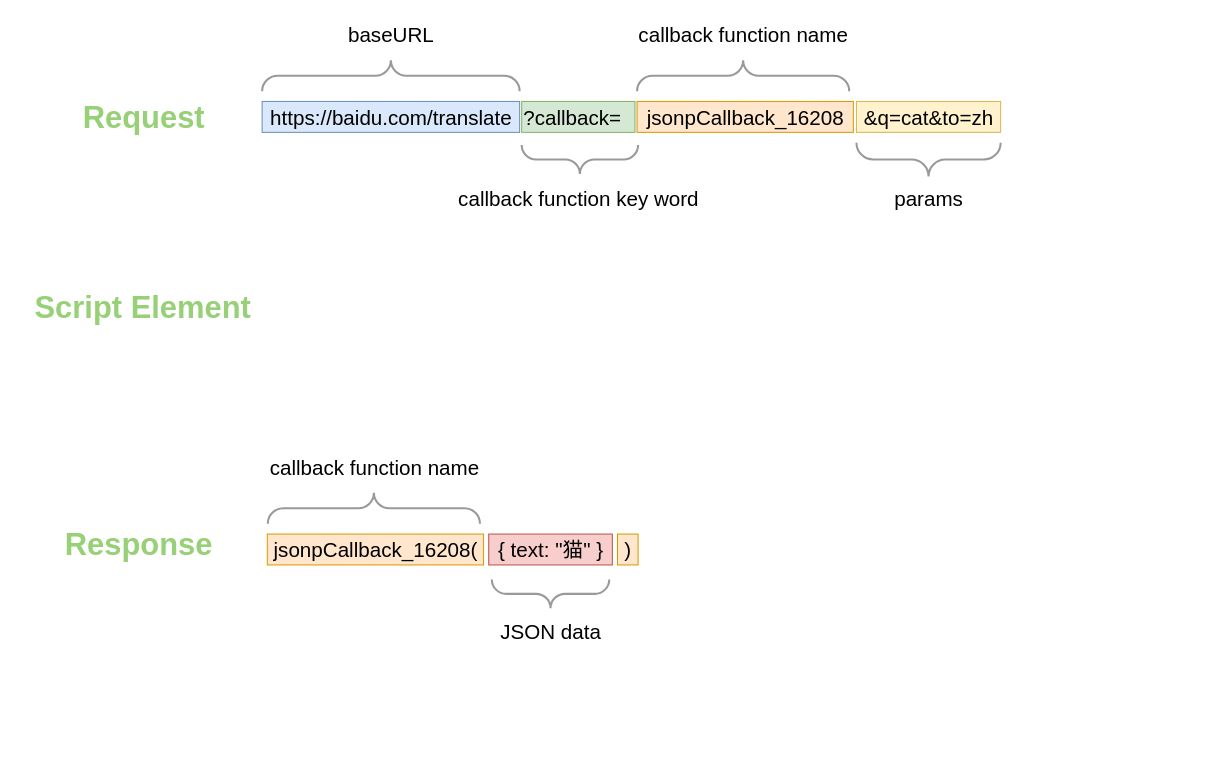
Before: Tricks/JSONP.drawio in jeesewu/Diagrams-Storage, a draw.io diagram. Source tidied: cells renumbered, new cells numbered last; positions are measured from the earlier drawing's top-left corner, leaving out a move shared by most shapes. Both pictures are drawn from the tidied source at 103%, with x=0, y=0 at pixel (23, 19). Pictures stored in the file or linked from it are replaced by grey dashed boxes.
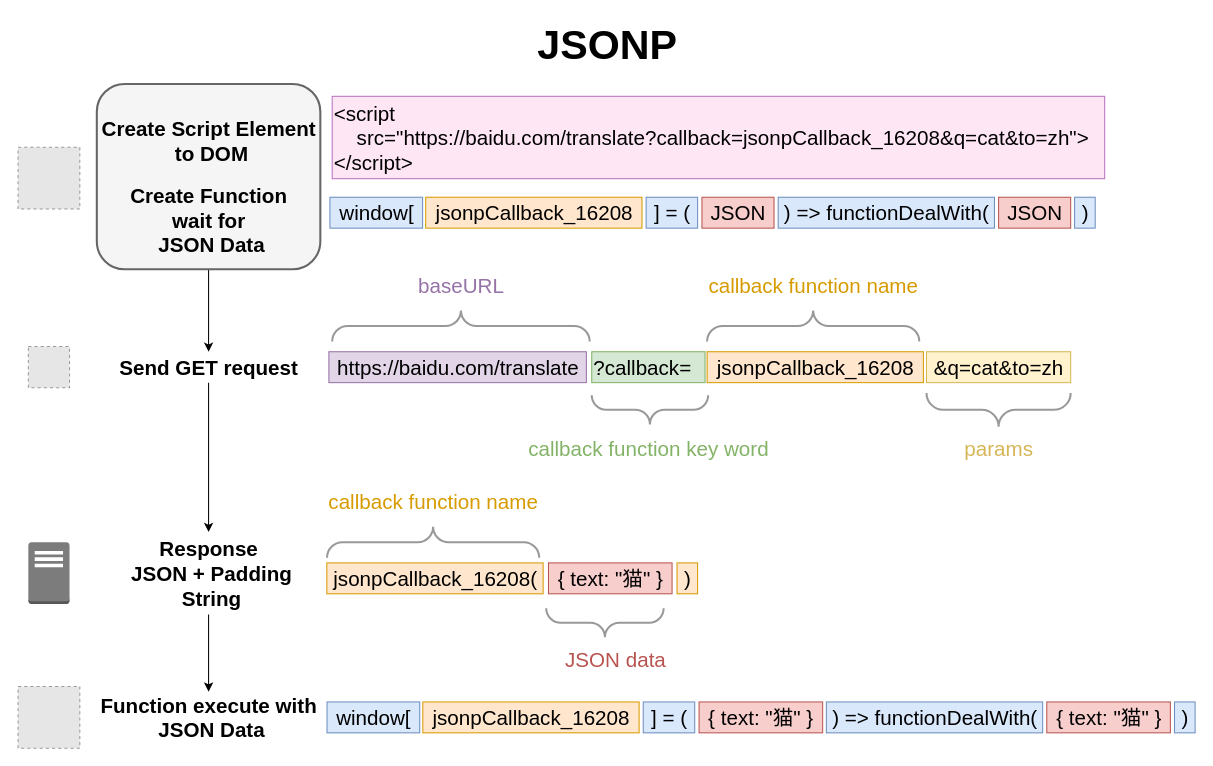
Above is the later version.

The edit, as a diff of the source:
```diff
@@
+    <mxCell id="24" style="edgeStyle=orthogonalEdgeStyle;rounded=0;jettySize=auto;html=1;fontSize=20;fontColor=#B85450;" parent="1" edge="1" source="25" target="14">
+      <mxGeometry relative="1" as="geometry" />
+    </mxCell>
+    <mxCell id="25" style="rounded=1;whiteSpace=wrap;html=1;labelBackgroundColor=none;fontSize=20;fontColor=#333333;strokeWidth=2;align=center;fillColor=#f5f5f5;strokeColor=#666666;" parent="1" vertex="1">
+      <mxGeometry x="71.5" y="63" width="217" height="180" as="geometry" />
+    </mxCell>
-    <mxCell id="2" value="https://baidu.com/translate" style="text;html=1;align=center;verticalAlign=middle;strokeColor=#6c8ebf;fontSize=20;fillColor=#dae8fc;" parent="1" vertex="1">
-      <mxGeometry x="232" y="80" width="250" height="30" as="geometry" />
+    <mxCell id="2" value="https://baidu.com/translate" style="text;html=1;align=center;verticalAlign=middle;strokeColor=#9673a6;fontSize=20;fillColor=#e1d5e7;" parent="1" vertex="1">
+      <mxGeometry x="296.8" y="323" width="250" height="30" as="geometry" />
     </mxCell>
     <mxCell id="3" value="?callback=" style="text;html=1;align=left;verticalAlign=middle;strokeColor=#82b366;fontSize=20;fillColor=#d5e8d4;" parent="1" vertex="1">
-      <mxGeometry x="484" y="80" width="110" height="30" as="geometry" />
+      <mxGeometry x="552" y="323" width="110" height="30" as="geometry" />
     </mxCell>
     <mxCell id="4" value="jsonpCallback_16208" style="text;html=1;align=center;verticalAlign=middle;strokeColor=#d79b00;fontSize=20;fillColor=#ffe6cc;" parent="1" vertex="1">
-      <mxGeometry x="596" y="80" width="210" height="30" as="geometry" />
+      <mxGeometry x="664" y="323" width="210" height="30" as="geometry" />
     </mxCell>
     <mxCell id="5" value="&amp;amp;q=cat&amp;amp;to=zh" style="text;html=1;align=center;verticalAlign=middle;strokeColor=#d6b656;fontSize=20;fillColor=#fff2cc;" parent="1" vertex="1">
-      <mxGeometry x="809" y="80" width="140" height="30" as="geometry" />
+      <mxGeometry x="877" y="323" width="140" height="30" as="geometry" />
     </mxCell>
     <mxCell id="6" style="verticalLabelPosition=bottom;shadow=0;dashed=0;align=center;html=1;verticalAlign=top;strokeWidth=2;shape=mxgraph.mockup.markup.curlyBrace;strokeColor=#999999;fontSize=20;" parent="1" vertex="1">
-      <mxGeometry x="232" y="40" width="250" height="30" as="geometry" />
+      <mxGeometry x="300" y="283" width="250" height="30" as="geometry" />
     </mxCell>
-    <mxCell id="7" value="baseURL" style="text;html=1;align=center;verticalAlign=middle;strokeColor=none;fontSize=20;" parent="1" vertex="1">
-      <mxGeometry x="307" width="100" height="30" as="geometry" />
+    <mxCell id="7" value="baseURL" style="text;html=1;align=center;verticalAlign=middle;strokeColor=none;fontSize=20;fontColor=#9673A6;" parent="1" vertex="1">
+      <mxGeometry x="375" y="243" width="100" height="30" as="geometry" />
     </mxCell>
     <mxCell id="8" style="verticalLabelPosition=bottom;shadow=0;dashed=0;align=center;html=1;verticalAlign=top;strokeWidth=2;shape=mxgraph.mockup.markup.curlyBrace;strokeColor=#999999;fontSize=20;rotation=180;" parent="1" vertex="1">
-      <mxGeometry x="484" y="120" width="113" height="32.8" as="geometry" />
+      <mxGeometry x="552" y="363" width="113" height="32.8" as="geometry" />
     </mxCell>
     <mxCell id="9" style="verticalLabelPosition=bottom;shadow=0;dashed=0;align=center;html=1;verticalAlign=top;strokeWidth=2;shape=mxgraph.mockup.markup.curlyBrace;strokeColor=#999999;fontSize=20;" parent="1" vertex="1">
-      <mxGeometry x="596" y="40" width="206" height="30" as="geometry" />
+      <mxGeometry x="664" y="283" width="206" height="30" as="geometry" />
     </mxCell>
     <mxCell id="10" style="verticalLabelPosition=bottom;shadow=0;dashed=0;align=center;html=1;verticalAlign=top;strokeWidth=2;shape=mxgraph.mockup.markup.curlyBrace;strokeColor=#999999;fontSize=20;rotation=180;" parent="1" vertex="1">
-      <mxGeometry x="809" y="120" width="140" height="32.8" as="geometry" />
+      <mxGeometry x="877" y="363" width="140" height="32.8" as="geometry" />
     </mxCell>
-    <mxCell id="11" value="callback function key word" style="text;html=1;align=center;verticalAlign=middle;strokeColor=none;fontSize=20;" parent="1" vertex="1">
-      <mxGeometry x="414" y="159" width="250" height="30" as="geometry" />
+    <mxCell id="11" value="callback function key word" style="text;html=1;align=center;verticalAlign=middle;strokeColor=none;fontSize=20;fontColor=#82B366;" parent="1" vertex="1">
+      <mxGeometry x="482" y="402" width="250" height="30" as="geometry" />
     </mxCell>
-    <mxCell id="12" value="callback function name" style="text;html=1;align=center;verticalAlign=middle;strokeColor=none;fontSize=20;" parent="1" vertex="1">
-      <mxGeometry x="589" width="220" height="30" as="geometry" />
+    <mxCell id="12" value="callback function name" style="text;html=1;align=center;verticalAlign=middle;fontSize=20;fontColor=#D79B00;labelBackgroundColor=none;labelBorderColor=none;" parent="1" vertex="1">
+      <mxGeometry x="657" y="243" width="220" height="30" as="geometry" />
     </mxCell>
-    <mxCell id="13" value="params" style="text;html=1;align=center;verticalAlign=middle;strokeColor=none;fontSize=20;" parent="1" vertex="1">
-      <mxGeometry x="839" y="159" width="80" height="30" as="geometry" />
+    <mxCell id="13" value="params" style="text;html=1;align=center;verticalAlign=middle;strokeColor=none;fontSize=20;fontColor=#D6B656;" parent="1" vertex="1">
+      <mxGeometry x="907" y="402" width="80" height="30" as="geometry" />
     </mxCell>
+    <mxCell id="26" style="edgeStyle=orthogonalEdgeStyle;rounded=0;jettySize=auto;html=1;fontSize=20;fontColor=#B85450;" parent="1" edge="1" source="14" target="15">
+      <mxGeometry relative="1" as="geometry" />
+    </mxCell>
-    <mxCell id="14" value="Request" style="text;html=1;align=center;verticalAlign=middle;points=[];strokeColor=none;fontSize=30;fontStyle=1;fontColor=#97D077;" parent="1" vertex="1">
-      <mxGeometry x="52" y="75" width="130" height="40" as="geometry" />
+    <mxCell id="14" value="Send GET request" style="text;html=1;align=center;verticalAlign=middle;points=[];strokeColor=none;fontSize=20;fontStyle=1;" parent="1" vertex="1">
+      <mxGeometry x="85" y="323" width="190" height="30" as="geometry" />
     </mxCell>
+    <mxCell id="27" style="edgeStyle=orthogonalEdgeStyle;rounded=0;jettySize=auto;html=1;fontSize=20;fontColor=#B85450;" parent="1" edge="1" source="15" target="30">
+      <mxGeometry relative="1" as="geometry" />
+    </mxCell>
-    <mxCell id="15" value="Response" style="text;html=1;align=center;verticalAlign=middle;points=[];strokeColor=none;fontSize=30;fontStyle=1;fontColor=#97D077;" parent="1" vertex="1">
-      <mxGeometry x="32" y="490" width="160" height="40" as="geometry" />
+    <mxCell id="15" value="Response&lt;br&gt;&amp;nbsp;JSON + Padding&lt;br&gt;&amp;nbsp;String" style="text;html=1;align=center;verticalAlign=middle;points=[];strokeColor=none;fontSize=20;fontStyle=1;" parent="1" vertex="1">
+      <mxGeometry x="90" y="498" width="180" height="80" as="geometry" />
     </mxCell>
     <mxCell id="16" value="jsonpCallback_16208(" style="text;html=1;align=center;verticalAlign=middle;strokeColor=#d79b00;fontSize=20;fillColor=#ffe6cc;" parent="1" vertex="1">
-      <mxGeometry x="237" y="500" width="210" height="30" as="geometry" />
+      <mxGeometry x="294.8" y="528" width="210" height="30" as="geometry" />
     </mxCell>
     <mxCell id="17" value=")" style="text;html=1;align=center;verticalAlign=middle;strokeColor=#d79b00;fontSize=20;fillColor=#ffe6cc;" parent="1" vertex="1">
-      <mxGeometry x="577" y="500" width="20" height="30" as="geometry" />
+      <mxGeometry x="634.8" y="528" width="20" height="30" as="geometry" />
     </mxCell>
     <mxCell id="18" value="{ text: &quot;猫&quot; }" style="text;html=1;align=center;verticalAlign=middle;strokeColor=#b85450;fontSize=20;fillColor=#f8cecc;" parent="1" vertex="1">
-      <mxGeometry x="452" y="500" width="120" height="30" as="geometry" />
+      <mxGeometry x="510" y="528" width="120" height="30" as="geometry" />
     </mxCell>
     <mxCell id="19" style="verticalLabelPosition=bottom;shadow=0;dashed=0;align=center;html=1;verticalAlign=top;strokeWidth=2;shape=mxgraph.mockup.markup.curlyBrace;strokeColor=#999999;fontSize=20;" parent="1" vertex="1">
-      <mxGeometry x="237.5" y="460" width="206" height="30" as="geometry" />
+      <mxGeometry x="295" y="493" width="206" height="30" as="geometry" />
     </mxCell>
-    <mxCell id="20" value="callback function name" style="text;html=1;align=center;verticalAlign=middle;strokeColor=none;fontSize=20;" parent="1" vertex="1">
-      <mxGeometry x="230.5" y="420" width="220" height="30" as="geometry" />
+    <mxCell id="20" value="callback function name" style="text;html=1;align=center;verticalAlign=middle;strokeColor=none;fontSize=20;fontColor=#D79B00;" parent="1" vertex="1">
+      <mxGeometry x="288" y="453" width="220" height="30" as="geometry" />
     </mxCell>
     <mxCell id="21" style="verticalLabelPosition=bottom;shadow=0;dashed=0;align=center;html=1;verticalAlign=top;strokeWidth=2;shape=mxgraph.mockup.markup.curlyBrace;strokeColor=#999999;fontSize=20;rotation=180;" parent="1" vertex="1">
-      <mxGeometry x="455" y="544" width="114" height="28.1" as="geometry" />
+      <mxGeometry x="507.8" y="572" width="114" height="28.1" as="geometry" />
     </mxCell>
-    <mxCell id="22" value="JSON data" style="text;html=1;align=center;verticalAlign=middle;strokeColor=none;fontSize=20;" parent="1" vertex="1">
-      <mxGeometry x="457" y="579" width="110" height="30" as="geometry" />
+    <mxCell id="22" value="JSON data" style="text;html=1;align=center;verticalAlign=middle;strokeColor=none;fontSize=20;fontColor=#B85450;" parent="1" vertex="1">
+      <mxGeometry x="520" y="607" width="110" height="30" as="geometry" />
     </mxCell>
-    <mxCell id="23" value="Script Element" style="text;html=1;align=center;verticalAlign=middle;strokeColor=none;fontSize=30;fontStyle=1;fontColor=#97D077;" parent="1" vertex="1">
-      <mxGeometry x="0.5" y="260" width="230" height="40" as="geometry" />
+    <mxCell id="23" value="Create Script Element&lt;br&gt;&amp;nbsp;to DOM" style="text;html=1;align=center;verticalAlign=middle;strokeColor=none;fontSize=20;fontStyle=1;" parent="1" vertex="1">
+      <mxGeometry x="70" y="93" width="220" height="50" as="geometry" />
     </mxCell>
+    <mxCell id="28" value="&lt;div&gt;&amp;lt;script&lt;/div&gt;&lt;div&gt;&lt;span&gt;&lt;/span&gt;&amp;nbsp; &amp;nbsp; src=&quot;https://baidu.com/translate?callback=jsonpCallback_16208&amp;amp;q=cat&amp;amp;to=zh&quot;&amp;gt;&lt;/div&gt;&lt;div&gt;&amp;lt;/script&amp;gt;&lt;/div&gt;" style="text;html=1;align=left;verticalAlign=middle;fontSize=20;fillColor=#FFE6F5;strokeColor=#BC71BF;" parent="1" vertex="1">
+      <mxGeometry x="300" y="75" width="750" height="80" as="geometry" />
+    </mxCell>
+    <mxCell id="29" value="Create Function &lt;br&gt;wait for&lt;br&gt;&amp;nbsp;JSON Data" style="text;html=1;align=center;verticalAlign=middle;strokeColor=none;fontSize=20;fontStyle=1;" parent="1" vertex="1">
+      <mxGeometry x="95" y="155" width="170" height="80" as="geometry" />
+    </mxCell>
+    <mxCell id="30" value="Function execute with&lt;br&gt;&amp;nbsp;JSON Data" style="text;html=1;align=center;verticalAlign=middle;points=[];strokeColor=none;fontSize=20;fontStyle=1;" parent="1" vertex="1">
+      <mxGeometry x="65" y="653" width="230" height="50" as="geometry" />
+    </mxCell>
+    <mxCell id="31" value="window[" style="text;html=1;align=center;verticalAlign=middle;strokeColor=#6c8ebf;fontSize=20;fillColor=#dae8fc;" parent="1" vertex="1">
+      <mxGeometry x="297.8" y="173" width="90" height="30" as="geometry" />
+    </mxCell>
+    <mxCell id="32" value="] = (" style="text;html=1;align=center;verticalAlign=middle;strokeColor=#6c8ebf;fontSize=20;fillColor=#dae8fc;" parent="1" vertex="1">
+      <mxGeometry x="604.8" y="173" width="50" height="30" as="geometry" />
+    </mxCell>
+    <mxCell id="33" value="JSON" style="text;html=1;align=center;verticalAlign=middle;strokeColor=#b85450;fontSize=20;fillColor=#f8cecc;" parent="1" vertex="1">
+      <mxGeometry x="659" y="173" width="70" height="30" as="geometry" />
+    </mxCell>
+    <mxCell id="34" value="jsonpCallback_16208" style="text;html=1;align=center;verticalAlign=middle;strokeColor=#d79b00;fontSize=20;fillColor=#ffe6cc;" parent="1" vertex="1">
+      <mxGeometry x="390.8" y="173" width="210" height="30" as="geometry" />
+    </mxCell>
+    <mxCell id="35" value=") =&amp;gt; functionDealWith(" style="text;html=1;align=center;verticalAlign=middle;strokeColor=#6c8ebf;fontSize=20;fillColor=#dae8fc;" parent="1" vertex="1">
+      <mxGeometry x="733" y="173" width="210" height="30" as="geometry" />
+    </mxCell>
+    <mxCell id="36" value="JSON" style="text;html=1;align=center;verticalAlign=middle;strokeColor=#b85450;fontSize=20;fillColor=#f8cecc;" parent="1" vertex="1">
+      <mxGeometry x="947" y="173" width="70" height="30" as="geometry" />
+    </mxCell>
+    <mxCell id="37" value=")" style="text;html=1;align=center;verticalAlign=middle;strokeColor=#6c8ebf;fontSize=20;fillColor=#dae8fc;" parent="1" vertex="1">
+      <mxGeometry x="1020.8" y="173" width="20" height="30" as="geometry" />
+    </mxCell>
+    <mxCell id="38" value="window[" style="text;html=1;align=center;verticalAlign=middle;strokeColor=#6c8ebf;fontSize=20;fillColor=#dae8fc;" parent="1" vertex="1">
+      <mxGeometry x="295" y="663" width="90" height="30" as="geometry" />
+    </mxCell>
+    <mxCell id="39" value="] = (" style="text;html=1;align=center;verticalAlign=middle;strokeColor=#6c8ebf;fontSize=20;fillColor=#dae8fc;" parent="1" vertex="1">
+      <mxGeometry x="602" y="663" width="50" height="30" as="geometry" />
+    </mxCell>
+    <mxCell id="40" value="{ text: &quot;猫&quot; }" style="text;html=1;align=center;verticalAlign=middle;strokeColor=#b85450;fontSize=20;fillColor=#f8cecc;" parent="1" vertex="1">
+      <mxGeometry x="656.2" y="663" width="120" height="30" as="geometry" />
+    </mxCell>
+    <mxCell id="41" value="jsonpCallback_16208" style="text;html=1;align=center;verticalAlign=middle;strokeColor=#d79b00;fontSize=20;fillColor=#ffe6cc;" parent="1" vertex="1">
+      <mxGeometry x="388" y="663" width="210" height="30" as="geometry" />
+    </mxCell>
+    <mxCell id="42" value=") =&amp;gt; functionDealWith(" style="text;html=1;align=center;verticalAlign=middle;strokeColor=#6c8ebf;fontSize=20;fillColor=#dae8fc;" parent="1" vertex="1">
+      <mxGeometry x="779.8" y="663" width="210" height="30" as="geometry" />
+    </mxCell>
+    <mxCell id="43" value="{ text: &quot;猫&quot; }" style="text;html=1;align=center;verticalAlign=middle;strokeColor=#b85450;fontSize=20;fillColor=#f8cecc;" parent="1" vertex="1">
+      <mxGeometry x="993.8" y="663" width="120" height="30" as="geometry" />
+    </mxCell>
+    <mxCell id="44" value=")" style="text;html=1;align=center;verticalAlign=middle;strokeColor=#6c8ebf;fontSize=20;fillColor=#dae8fc;" parent="1" vertex="1">
+      <mxGeometry x="1117.8" y="663" width="20" height="30" as="geometry" />
+    </mxCell>
+    <mxCell id="45" value="JSONP" style="text;html=1;align=center;verticalAlign=middle;strokeColor=none;fontSize=40;fontStyle=1;" parent="1" vertex="1">
+      <mxGeometry x="492" y="-1" width="150" height="50" as="geometry" />
+    </mxCell>
+    <mxCell id="46" style="fillColor=#E6E6E6;strokeColor=#999999;dashed=1;html=1;verticalAlign=top;verticalLabelPosition=bottom;labelBackgroundColor=#ffffff;fontSize=40;fontColor=#B85450;align=center;" parent="1" vertex="1">
+      <mxGeometry x="-5" y="124.5" width="60" height="60" as="geometry" />
+    </mxCell>
+    <mxCell id="47" style="fillColor=#E6E6E6;strokeColor=#999999;dashed=1;html=1;verticalAlign=top;verticalLabelPosition=bottom;labelBackgroundColor=#ffffff;fontSize=40;fontColor=#B85450;align=center;" parent="1" vertex="1">
+      <mxGeometry x="5" y="318" width="40" height="40" as="geometry" />
+    </mxCell>
+    <mxCell id="48" style="dashed=0;verticalLabelPosition=bottom;verticalAlign=top;align=center;html=1;shape=mxgraph.aws3.traditional_server;fillColor=#7D7C7C;gradientColor=none;labelBackgroundColor=none;fontSize=40;fontColor=#B85450;strokeWidth=2;" parent="1" vertex="1">
+      <mxGeometry x="5" y="508" width="40" height="60" as="geometry" />
+    </mxCell>
+    <mxCell id="49" style="fillColor=#E6E6E6;strokeColor=#999999;dashed=1;html=1;verticalAlign=top;verticalLabelPosition=bottom;labelBackgroundColor=#ffffff;fontSize=40;fontColor=#B85450;align=center;" parent="1" vertex="1">
+      <mxGeometry x="-5" y="648" width="60" height="60" as="geometry" />
+    </mxCell>
```
